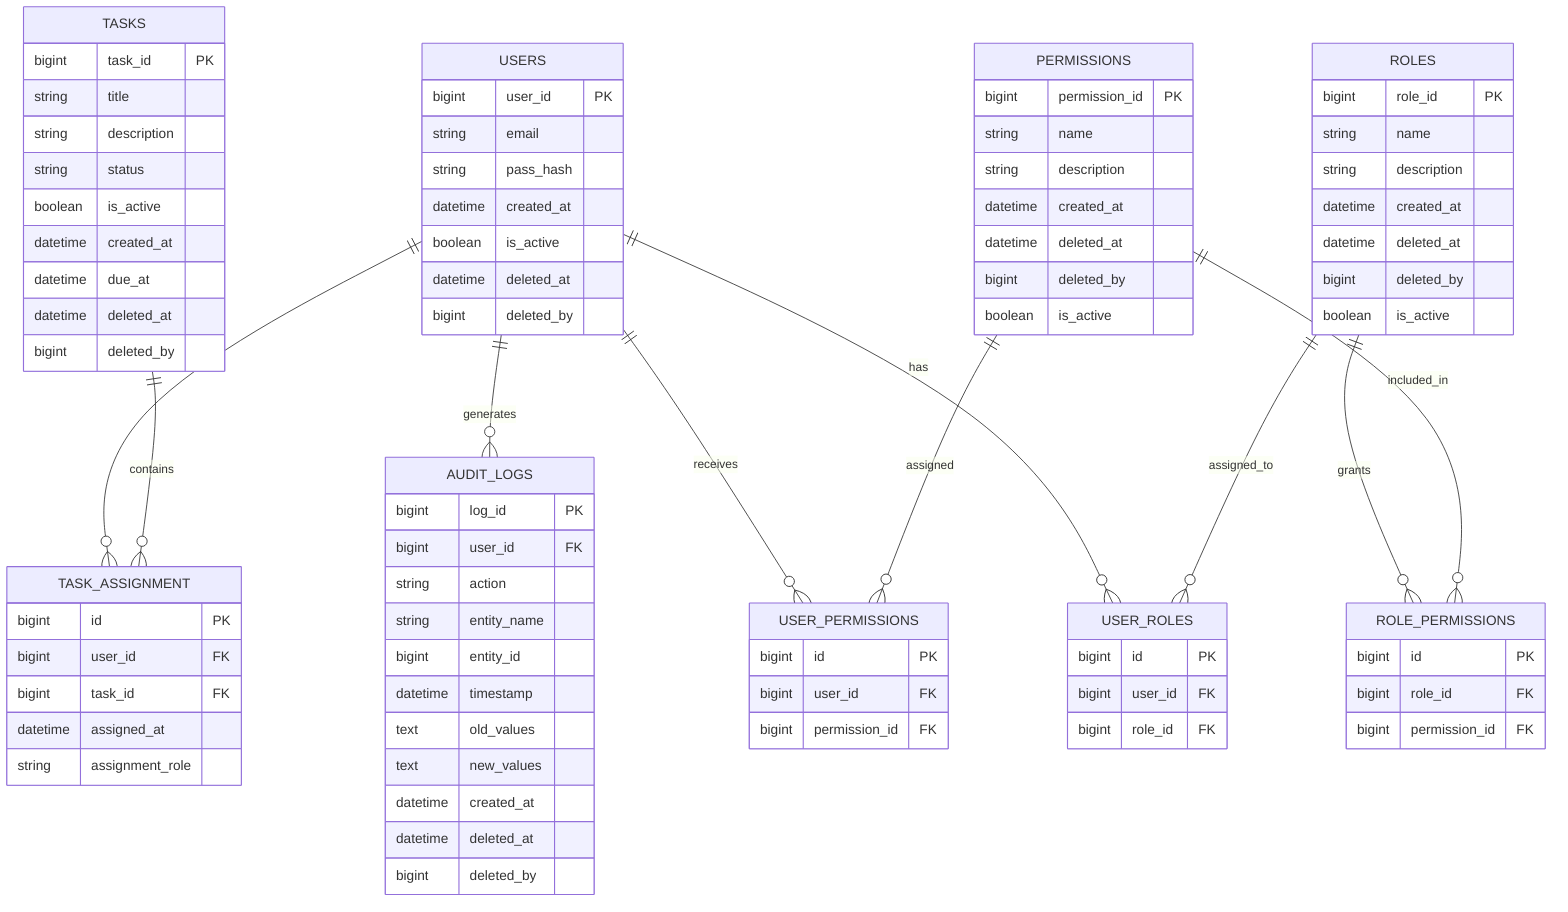
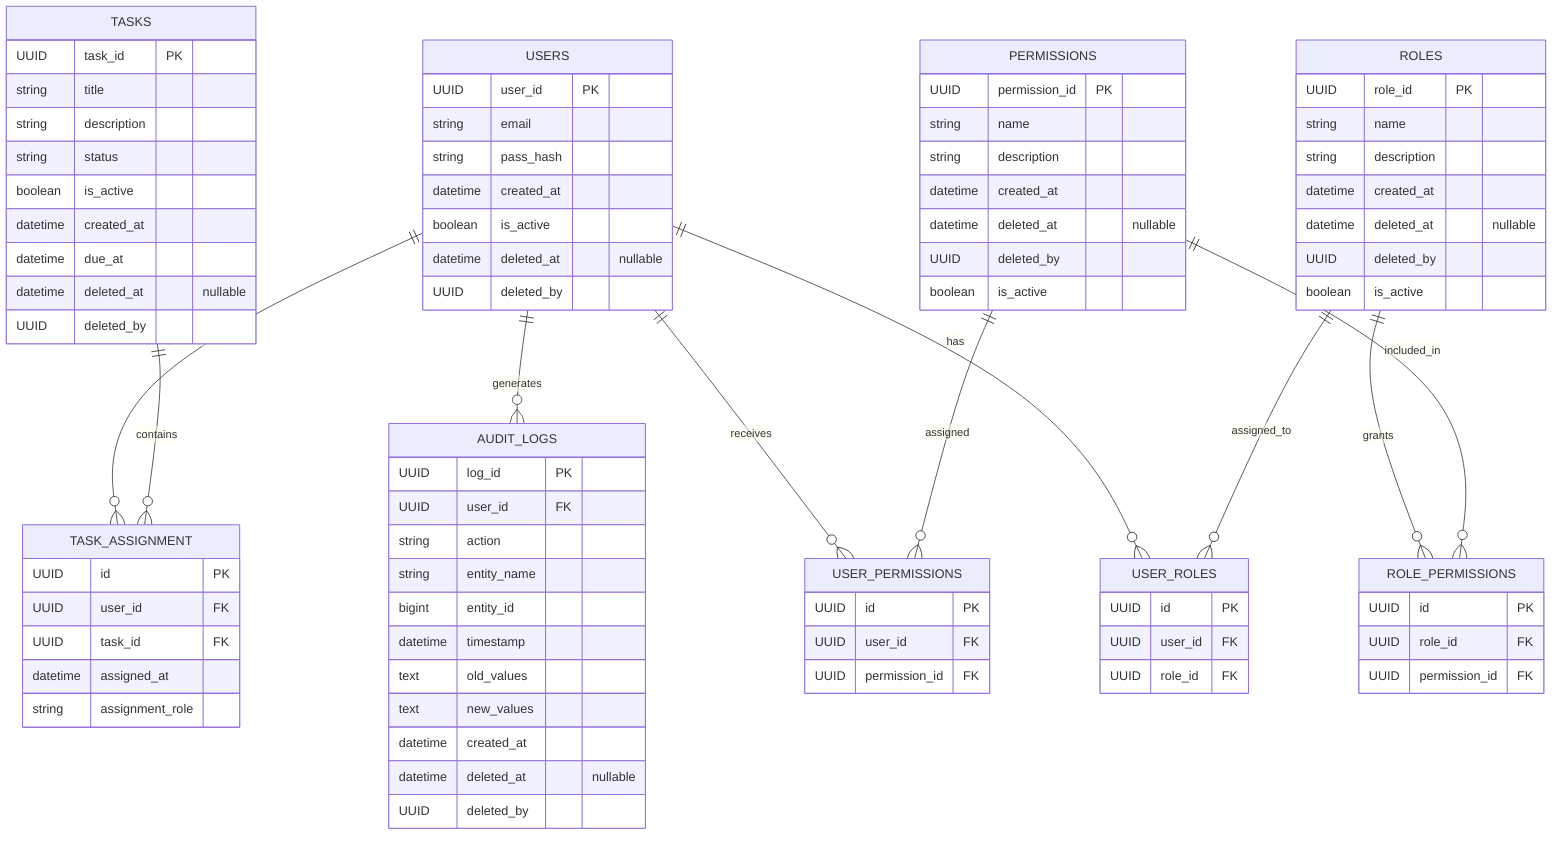
erDiagram

    USERS {
-         bigint user_id PK
+         UUID user_id PK
        string email
        string pass_hash
        datetime created_at
        boolean is_active
-         datetime deleted_at
-         bigint deleted_by
+         datetime deleted_at "nullable"
+         UUID deleted_by
    }

    TASKS {
-         bigint task_id PK
+         UUID task_id PK
        string title
        string description
        string status
        boolean is_active
        datetime created_at
        datetime due_at
-         datetime deleted_at
-         bigint deleted_by
+         datetime deleted_at "nullable"
+         UUID deleted_by
    }

    ROLES {
-         bigint role_id PK
+         UUID role_id PK
        string name
        string description
        datetime created_at
-         datetime deleted_at
-         bigint deleted_by
+         datetime deleted_at "nullable"
+         UUID deleted_by
        boolean is_active
    }

    PERMISSIONS {
-         bigint permission_id PK
+         UUID permission_id PK
        string name
        string description
        datetime created_at
-         datetime deleted_at
-         bigint deleted_by
+         datetime deleted_at "nullable"
+         UUID deleted_by
        boolean is_active
    }

    AUDIT_LOGS {
-         bigint log_id PK
-         bigint user_id FK
+         UUID log_id PK
+         UUID user_id FK
        string action
        string entity_name
        bigint entity_id
        datetime timestamp
        text old_values
        text new_values
        datetime created_at
-         datetime deleted_at
-         bigint deleted_by
+         datetime deleted_at "nullable"
+         UUID deleted_by
    }

    USER_ROLES {
-         bigint id PK
-         bigint user_id FK
-         bigint role_id FK
+         UUID id PK
+         UUID user_id FK
+         UUID role_id FK
    }

    ROLE_PERMISSIONS {
-         bigint id PK
-         bigint role_id FK
-         bigint permission_id FK
+         UUID id PK
+         UUID role_id FK
+         UUID permission_id FK
    }

    USER_PERMISSIONS {
-         bigint id PK
-         bigint user_id FK
-         bigint permission_id FK
+         UUID id PK
+         UUID user_id FK
+         UUID permission_id FK
    }

    TASK_ASSIGNMENT {
-         bigint id PK
-         bigint user_id FK
-         bigint task_id FK
+         UUID id PK
+         UUID user_id FK
+         UUID task_id FK
        datetime assigned_at
        string assignment_role
    }

    USERS ||--o{ USER_ROLES : has
    ROLES ||--o{ USER_ROLES : assigned_to

    ROLES ||--o{ ROLE_PERMISSIONS : grants
    PERMISSIONS ||--o{ ROLE_PERMISSIONS : included_in

    USERS ||--o{ USER_PERMISSIONS : receives
    PERMISSIONS ||--o{ USER_PERMISSIONS : assigned

    USERS ||--o{ TASK_ASSIGNMENT : participates
    TASKS ||--o{ TASK_ASSIGNMENT : contains

    USERS ||--o{ AUDIT_LOGS : generates